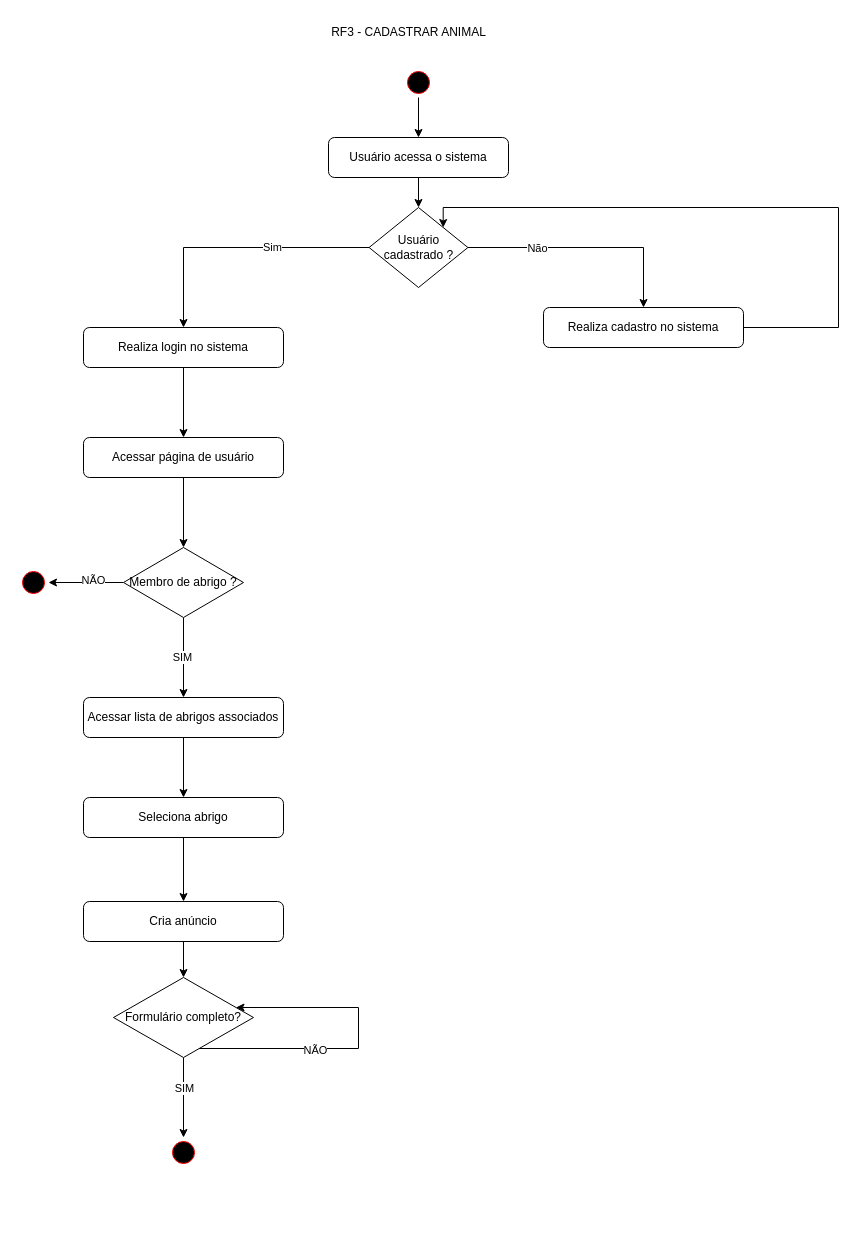
The draw.io diagram Documentos/Diagrama de Atividades(cadastrar animal).drawio.xml in GuilhermeRPimenta/trabalho-modelagem, before the edit. Source tidied: cells renumbered, new cells numbered last; positions are measured from the earlier drawing's top-left corner, leaving out a move shared by most shapes. Both pictures are drawn from the tidied source at 100%, with x=0, y=0 at pixel (18, 17).
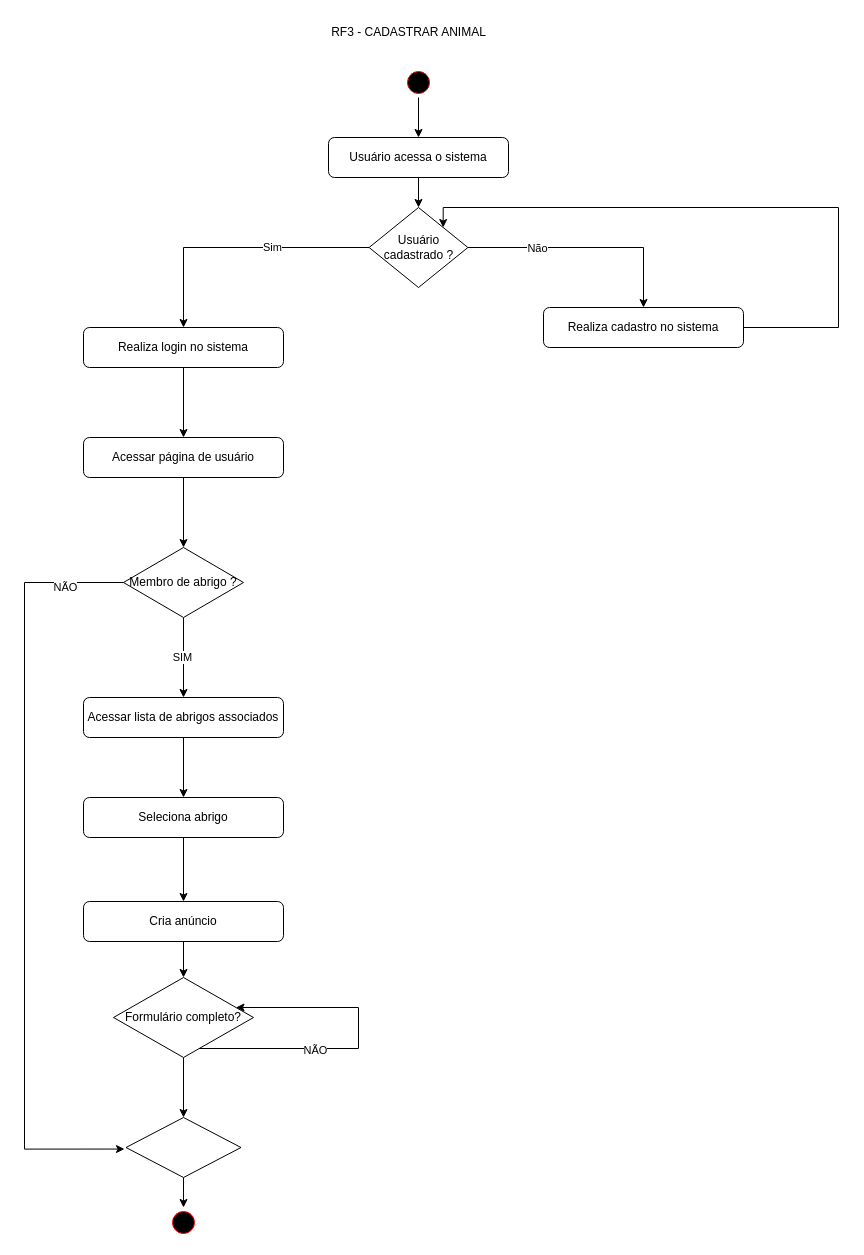
Above is the later version.

Commit message (it also covers changes not shown here):
Update diagrama de atividade

Unchanged cells that the change refers to:
```xml
<mxCell id="21" value="Membro de abrigo ?" style="rhombus;whiteSpace=wrap;html=1;" parent="1" vertex="1">
  <mxGeometry x="105" y="530" width="120" height="70" as="geometry" />
</mxCell>
<mxCell id="26" value="Formulário completo?" style="rhombus;whiteSpace=wrap;html=1;" parent="1" vertex="1">
  <mxGeometry x="95" y="960" width="140" height="80" as="geometry" />
</mxCell>
```

The edit, as a diff of the source:
```diff
@@
-    <mxCell id="19" style="edgeStyle=orthogonalEdgeStyle;rounded=0;jettySize=auto;html=1;" parent="1" edge="1" source="21" target="29">
-      <mxGeometry relative="1" as="geometry" />
-    </mxCell>
+    <mxCell id="36" style="edgeStyle=orthogonalEdgeStyle;rounded=0;jettySize=auto;html=1;entryX=-0.013;entryY=0.526;entryDx=0;entryDy=0;entryPerimeter=0;" parent="1" edge="1" target="39">
+      <mxGeometry relative="1" as="geometry">
+        <mxPoint x="107.5" y="565" as="sourcePoint" />
+        <Array as="points">
+          <mxPoint x="6" y="565" />
+          <mxPoint x="6" y="1132" />
+        </Array>
+      </mxGeometry>
+    </mxCell>
-    <mxCell id="20" value="NÃO" style="edgeLabel;html=1;align=center;verticalAlign=middle;" parent="19" vertex="1">
-      <mxGeometry x="-0.17" y="-3" relative="1" as="geometry" />
+    <mxCell id="20" value="NÃO" style="edgeLabel;html=1;align=center;verticalAlign=middle;" parent="36" vertex="1">
+      <mxGeometry x="-0.84" y="4" relative="1" as="geometry" />
     </mxCell>
@@
-    <mxCell id="22" style="edgeStyle=orthogonalEdgeStyle;rounded=0;jettySize=auto;html=1;" parent="1" edge="1" source="26" target="30">
-      <mxGeometry relative="1" as="geometry" />
-    </mxCell>
-    <mxCell id="23" value="SIM" style="edgeLabel;html=1;align=center;verticalAlign=middle;" parent="22" vertex="1">
-      <mxGeometry x="-0.56" relative="1" as="geometry">
-        <mxPoint y="12" as="offset" />
-      </mxGeometry>
-    </mxCell>
@@
+    <mxCell id="37" style="edgeStyle=orthogonalEdgeStyle;rounded=0;jettySize=auto;html=1;" parent="1" edge="1" source="26" target="39">
+      <mxGeometry relative="1" as="geometry" />
+    </mxCell>
@@
-    <mxCell id="29" style="ellipse;html=1;shape=startState;fillColor=#000000;strokeColor=#ff0000;" parent="1" vertex="1">
-      <mxGeometry y="550" width="30" height="30" as="geometry" />
-    </mxCell>
     <mxCell id="30" style="ellipse;html=1;shape=startState;fillColor=#000000;strokeColor=#ff0000;" parent="1" vertex="1">
-      <mxGeometry x="150" y="1120" width="30" height="30" as="geometry" />
+      <mxGeometry x="150" y="1190" width="30" height="30" as="geometry" />
     </mxCell>
@@
+    <mxCell id="38" style="edgeStyle=orthogonalEdgeStyle;rounded=0;jettySize=auto;html=1;" parent="1" edge="1" source="39" target="30">
+      <mxGeometry relative="1" as="geometry" />
+    </mxCell>
+    <mxCell id="39" style="rhombus;whiteSpace=wrap;html=1;" parent="1" vertex="1">
+      <mxGeometry x="107.5" y="1100" width="115" height="60" as="geometry" />
+    </mxCell>
```
